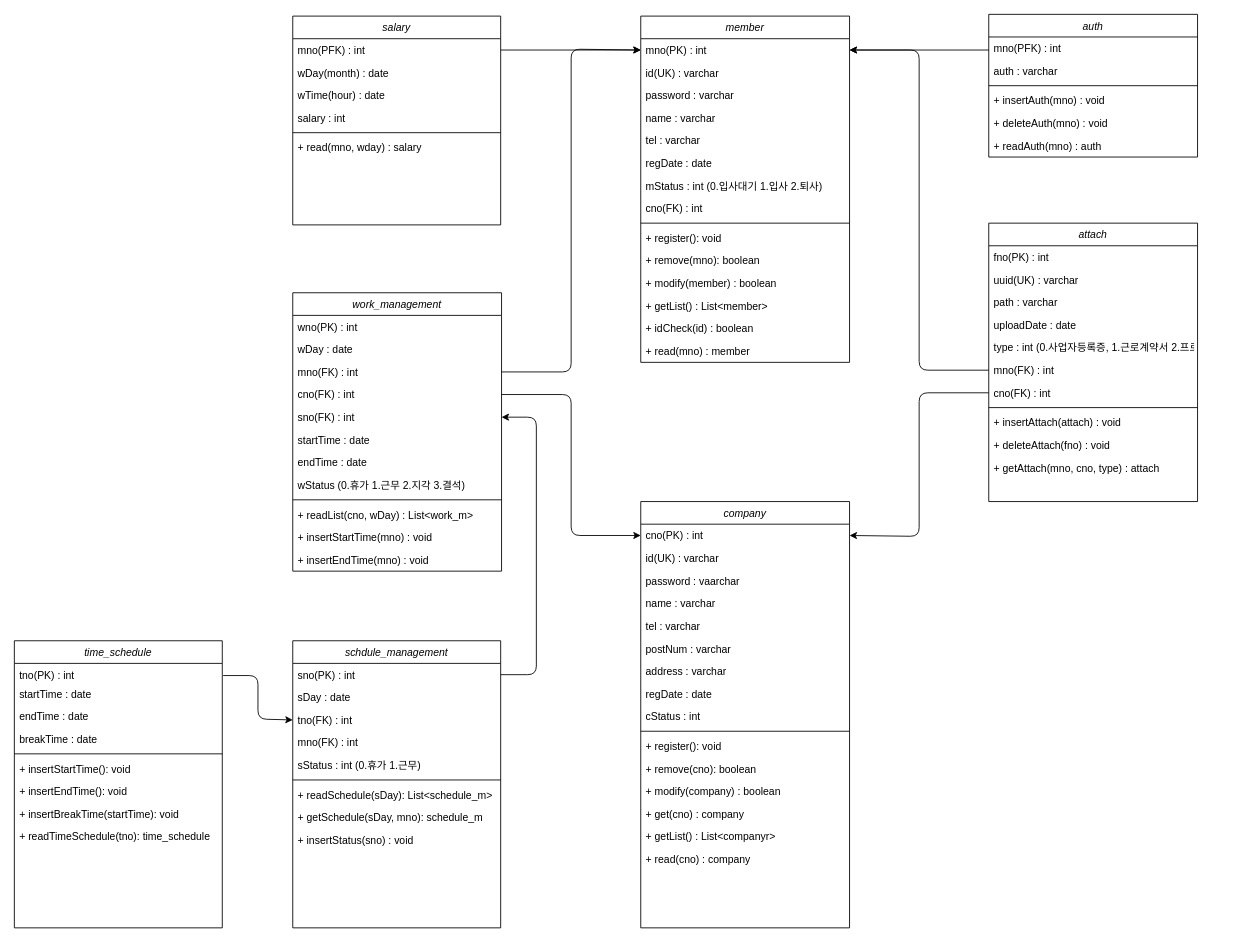
The draw.io diagram src/dir/Untitled Diagram.drawio in dotlamp/java, before the edit. Source tidied: cells renumbered, new cells numbered last; positions are measured from the earlier drawing's top-left corner, leaving out a move shared by most shapes. Both pictures are drawn from the tidied source at 87%, with x=0, y=0 at pixel (14, 14).
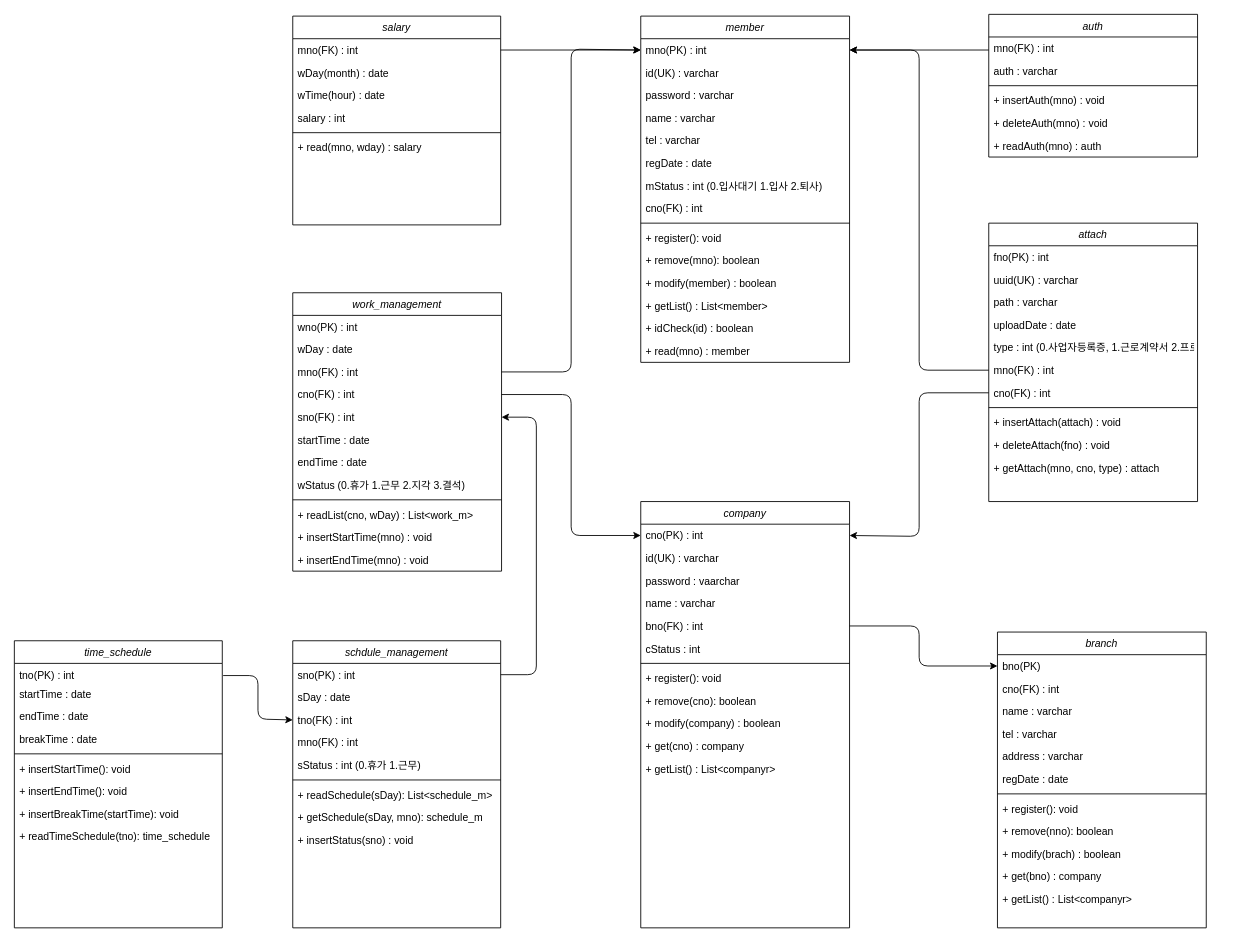
Above is the later version.

Unchanged cells that the change refers to:
```xml
<mxCell id="18" value="auth" style="swimlane;fontStyle=2;align=center;verticalAlign=top;horizontal=1;startSize=26;rounded=0;shadow=0;strokeWidth=1;" parent="1" vertex="1">
  <mxGeometry x="1120" width="240" height="164" as="geometry" />
</mxCell>
<mxCell id="70" value="salary" style="swimlane;fontStyle=2;align=center;verticalAlign=top;horizontal=1;startSize=26;rounded=0;shadow=0;strokeWidth=1;" parent="1" vertex="1">
  <mxGeometry x="320" y="2" width="239" height="240" as="geometry" />
</mxCell>
<mxCell id="77" value="company" style="swimlane;fontStyle=2;align=center;verticalAlign=top;horizontal=1;startSize=26;rounded=0;shadow=0;strokeWidth=1;" parent="1" vertex="1">
  <mxGeometry x="720" y="560" width="240" height="490" as="geometry" />
</mxCell>
```

Diff of the diagram source:
```diff
@@
-    <mxCell id="19" value="mno(PFK) : int" style="text;align=left;verticalAlign=top;spacingLeft=4;spacingRight=4;overflow=hidden;" parent="18" vertex="1">
+    <mxCell id="19" value="mno(FK) : int" style="text;align=left;verticalAlign=top;spacingLeft=4;spacingRight=4;overflow=hidden;" parent="18" vertex="1">
       <mxGeometry y="26" width="240" height="26" as="geometry" />
     </mxCell>
@@
-    <mxCell id="71" value="mno(PFK) : int" style="text;align=left;verticalAlign=top;spacingLeft=4;spacingRight=4;overflow=hidden;points=[[0,0.5],[1,0.5]];portConstraint=eastwest;" parent="70" vertex="1">
+    <mxCell id="71" value="mno(FK) : int" style="text;align=left;verticalAlign=top;spacingLeft=4;spacingRight=4;overflow=hidden;points=[[0,0.5],[1,0.5]];portConstraint=eastwest;" parent="70" vertex="1">
       <mxGeometry y="26" width="239" height="26" as="geometry" />
     </mxCell>
@@
-    <mxCell id="82" value="tel : varchar" style="text;align=left;verticalAlign=top;spacingLeft=4;spacingRight=4;overflow=hidden;points=[[0,0.5],[1,0.5]];portConstraint=eastwest;rounded=0;shadow=0;html=0;" parent="77" vertex="1">
+    <mxCell id="82" value="bno(FK) : int" style="text;align=left;verticalAlign=top;spacingLeft=4;spacingRight=4;overflow=hidden;points=[[0,0.5],[1,0.5]];portConstraint=eastwest;rounded=0;shadow=0;html=0;" parent="77" vertex="1">
       <mxGeometry y="130" width="240" height="26" as="geometry" />
     </mxCell>
-    <mxCell id="83" value="postNum : varchar" style="text;align=left;verticalAlign=top;spacingLeft=4;spacingRight=4;overflow=hidden;rounded=0;shadow=0;html=0;" parent="77" vertex="1">
-      <mxGeometry y="156" width="240" height="26" as="geometry" />
-    </mxCell>
-    <mxCell id="84" value="address : varchar" style="text;align=left;verticalAlign=top;spacingLeft=4;spacingRight=4;overflow=hidden;rounded=0;shadow=0;html=0;" parent="77" vertex="1">
-      <mxGeometry y="182" width="240" height="26" as="geometry" />
-    </mxCell>
-    <mxCell id="85" value="regDate : date" style="text;align=left;verticalAlign=top;spacingLeft=4;spacingRight=4;overflow=hidden;rounded=0;shadow=0;html=0;" parent="77" vertex="1">
-      <mxGeometry y="208" width="240" height="26" as="geometry" />
-    </mxCell>
     <mxCell id="86" value="cStatus : int" style="text;align=left;verticalAlign=top;spacingLeft=4;spacingRight=4;overflow=hidden;rounded=0;shadow=0;html=0;" parent="77" vertex="1">
-      <mxGeometry y="234" width="240" height="26" as="geometry" />
+      <mxGeometry y="156" width="240" height="26" as="geometry" />
     </mxCell>
     <mxCell id="87" style="line;strokeWidth=1;fillColor=none;align=left;verticalAlign=middle;spacingTop=-1;spacingLeft=3;spacingRight=3;labelPosition=right;" parent="77" vertex="1">
-      <mxGeometry y="260" width="240" height="8" as="geometry" />
+      <mxGeometry y="182" width="240" height="8" as="geometry" />
     </mxCell>
     <mxCell id="88" value="+ register(): void" style="text;strokeColor=none;fillColor=none;align=left;verticalAlign=top;spacingLeft=4;spacingRight=4;overflow=hidden;" parent="77" vertex="1">
-      <mxGeometry y="268" width="240" height="26" as="geometry" />
+      <mxGeometry y="190" width="240" height="26" as="geometry" />
     </mxCell>
     <mxCell id="89" value="+ remove(cno): boolean" style="text;strokeColor=none;fillColor=none;align=left;verticalAlign=top;spacingLeft=4;spacingRight=4;overflow=hidden;" parent="77" vertex="1">
-      <mxGeometry y="294" width="240" height="26" as="geometry" />
+      <mxGeometry y="216" width="240" height="26" as="geometry" />
     </mxCell>
     <mxCell id="90" value="+ modify(company) : boolean" style="text;strokeColor=none;fillColor=none;align=left;verticalAlign=top;spacingLeft=4;spacingRight=4;overflow=hidden;" parent="77" vertex="1">
-      <mxGeometry y="320" width="240" height="26" as="geometry" />
+      <mxGeometry y="242" width="240" height="26" as="geometry" />
     </mxCell>
     <mxCell id="91" value="+ get(cno) : company" style="text;strokeColor=none;fillColor=none;align=left;verticalAlign=top;spacingLeft=4;spacingRight=4;overflow=hidden;" parent="77" vertex="1">
-      <mxGeometry y="346" width="240" height="26" as="geometry" />
+      <mxGeometry y="268" width="240" height="26" as="geometry" />
     </mxCell>
     <mxCell id="92" value="+ getList() : List&lt;companyr&gt;" style="text;strokeColor=none;fillColor=none;align=left;verticalAlign=top;spacingLeft=4;spacingRight=4;overflow=hidden;" parent="77" vertex="1">
-      <mxGeometry y="372" width="240" height="26" as="geometry" />
+      <mxGeometry y="294" width="240" height="26" as="geometry" />
     </mxCell>
-    <mxCell id="93" value="+ read(cno) : company" style="text;strokeColor=none;fillColor=none;align=left;verticalAlign=top;spacingLeft=4;spacingRight=4;overflow=hidden;" parent="77" vertex="1">
-      <mxGeometry y="398" width="240" height="26" as="geometry" />
-    </mxCell>
@@
+    <mxCell id="102" value="branch" style="swimlane;fontStyle=2;align=center;verticalAlign=top;horizontal=1;startSize=26;rounded=0;shadow=0;strokeWidth=1;" parent="1" vertex="1">
+      <mxGeometry x="1130" y="710" width="240" height="340" as="geometry" />
+    </mxCell>
+    <mxCell id="103" value="bno(PK)" style="text;align=left;verticalAlign=top;spacingLeft=4;spacingRight=4;overflow=hidden;points=[[0,0.5],[1,0.5]];portConstraint=eastwest;" parent="102" vertex="1">
+      <mxGeometry y="26" width="240" height="26" as="geometry" />
+    </mxCell>
+    <mxCell id="104" value="cno(FK) : int" style="text;align=left;verticalAlign=top;spacingLeft=4;spacingRight=4;overflow=hidden;rounded=0;shadow=0;html=0;" parent="102" vertex="1">
+      <mxGeometry y="52" width="240" height="26" as="geometry" />
+    </mxCell>
+    <mxCell id="105" value="name : varchar" style="text;align=left;verticalAlign=top;spacingLeft=4;spacingRight=4;overflow=hidden;rounded=0;shadow=0;html=0;" parent="102" vertex="1">
+      <mxGeometry y="78" width="240" height="26" as="geometry" />
+    </mxCell>
+    <mxCell id="106" value="tel : varchar" style="text;align=left;verticalAlign=top;spacingLeft=4;spacingRight=4;overflow=hidden;rounded=0;shadow=0;html=0;" parent="102" vertex="1">
+      <mxGeometry y="104" width="240" height="26" as="geometry" />
+    </mxCell>
+    <mxCell id="84" value="address : varchar" style="text;align=left;verticalAlign=top;spacingLeft=4;spacingRight=4;overflow=hidden;rounded=0;shadow=0;html=0;" parent="102" vertex="1">
+      <mxGeometry y="130" width="240" height="26" as="geometry" />
+    </mxCell>
+    <mxCell id="85" value="regDate : date" style="text;align=left;verticalAlign=top;spacingLeft=4;spacingRight=4;overflow=hidden;rounded=0;shadow=0;html=0;" parent="102" vertex="1">
+      <mxGeometry y="156" width="240" height="26" as="geometry" />
+    </mxCell>
+    <mxCell id="107" style="line;strokeWidth=1;fillColor=none;align=left;verticalAlign=middle;spacingTop=-1;spacingLeft=3;spacingRight=3;labelPosition=right;" parent="102" vertex="1">
+      <mxGeometry y="182" width="240" height="8" as="geometry" />
+    </mxCell>
+    <mxCell id="108" value="+ register(): void" style="text;strokeColor=none;fillColor=none;align=left;verticalAlign=top;spacingLeft=4;spacingRight=4;overflow=hidden;" parent="102" vertex="1">
+      <mxGeometry y="190" width="240" height="26" as="geometry" />
+    </mxCell>
+    <mxCell id="109" value="+ remove(nno): boolean" style="text;strokeColor=none;fillColor=none;align=left;verticalAlign=top;spacingLeft=4;spacingRight=4;overflow=hidden;" parent="102" vertex="1">
+      <mxGeometry y="216" width="240" height="26" as="geometry" />
+    </mxCell>
+    <mxCell id="110" value="+ modify(brach) : boolean" style="text;strokeColor=none;fillColor=none;align=left;verticalAlign=top;spacingLeft=4;spacingRight=4;overflow=hidden;" parent="102" vertex="1">
+      <mxGeometry y="242" width="240" height="26" as="geometry" />
+    </mxCell>
+    <mxCell id="111" value="+ get(bno) : company" style="text;strokeColor=none;fillColor=none;align=left;verticalAlign=top;spacingLeft=4;spacingRight=4;overflow=hidden;" parent="102" vertex="1">
+      <mxGeometry y="268" width="240" height="26" as="geometry" />
+    </mxCell>
+    <mxCell id="112" value="+ getList() : List&lt;companyr&gt;" style="text;strokeColor=none;fillColor=none;align=left;verticalAlign=top;spacingLeft=4;spacingRight=4;overflow=hidden;" parent="102" vertex="1">
+      <mxGeometry y="294" width="240" height="26" as="geometry" />
+    </mxCell>
+    <mxCell id="113" style="endArrow=classic;html=1;exitX=1;exitY=0.5;exitDx=0;exitDy=0;entryX=0;entryY=0.5;entryDx=0;entryDy=0;" parent="1" edge="1" source="82" target="103">
+      <mxGeometry relative="1" as="geometry">
+        <Array as="points">
+          <mxPoint x="1040" y="703" />
+          <mxPoint x="1040" y="749" />
+        </Array>
+      </mxGeometry>
+    </mxCell>
```
